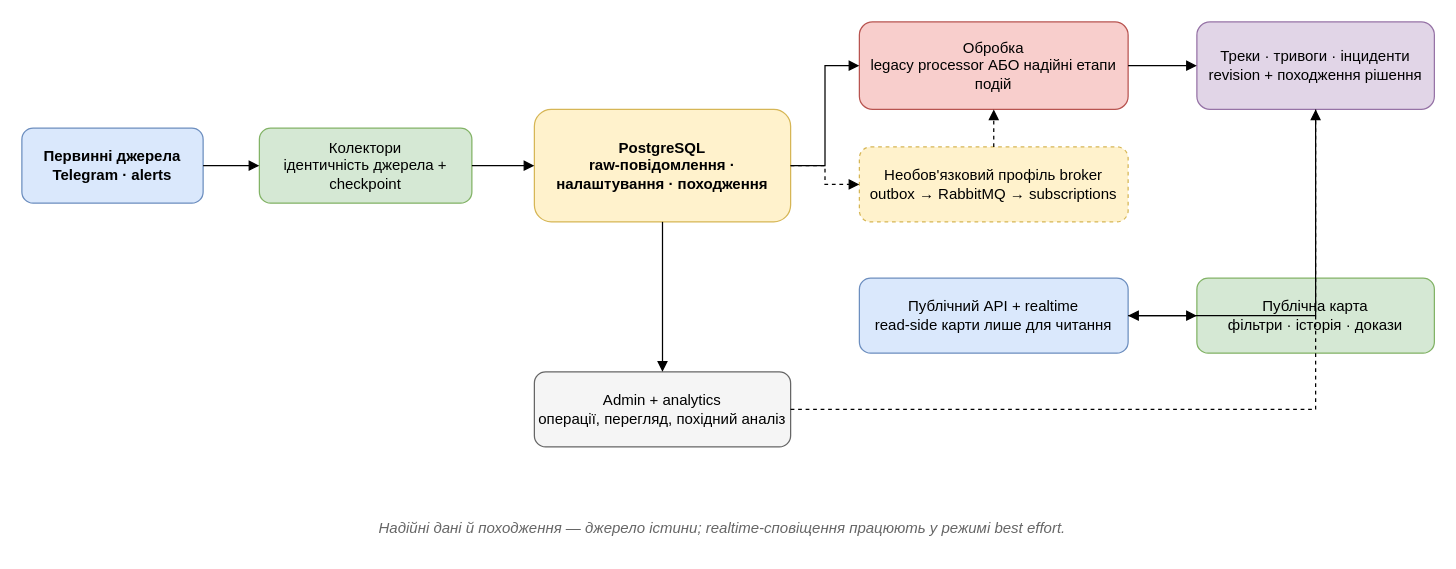
The draw.io diagram docs/diagrams/system-overview.drawio in sql-monk/Puluj-g, before the edit. Source tidied: cells renumbered, new cells numbered last; positions are measured from the earlier drawing's top-left corner, leaving out a move shared by most shapes. Both pictures are drawn from the tidied source at 125%, with x=0, y=0 at pixel (21, 21).
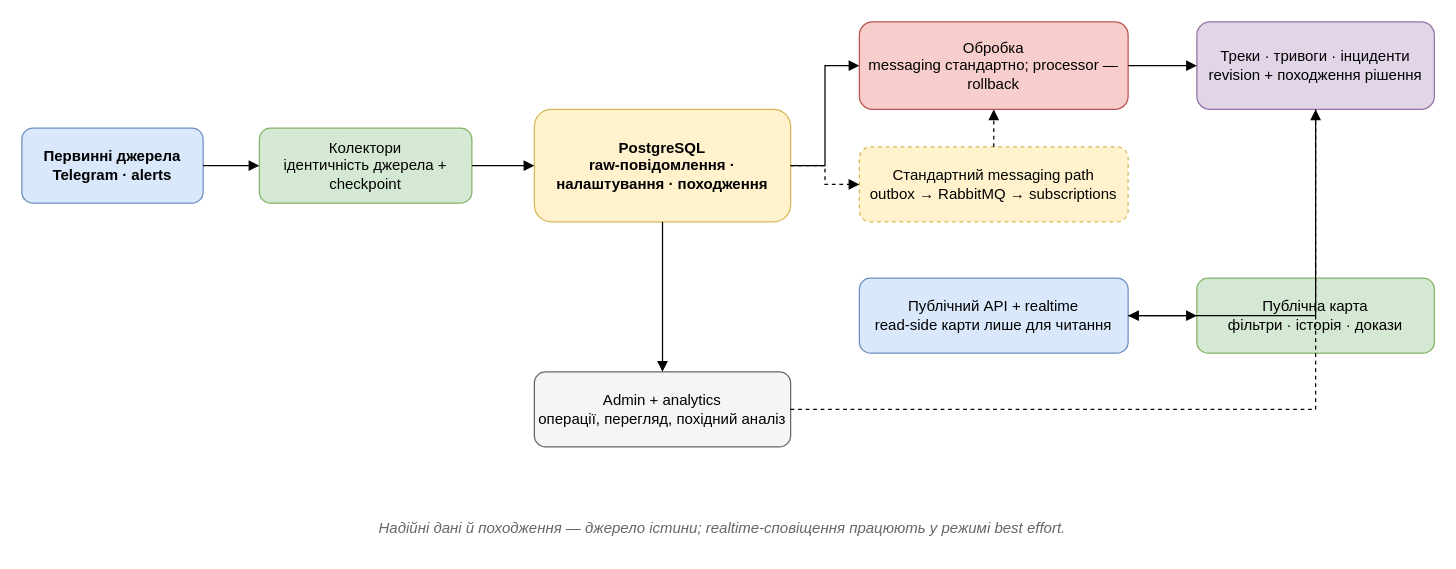
After the change.

The edit, as a diff of the source:
```diff
@@
-    <mxCell id="5" value="Обробка&#10;legacy processor АБО надійні етапи подій" style="rounded=1;whiteSpace=wrap;html=1;fillColor=#f8cecc;strokeColor=#b85450;" parent="1" vertex="1">
+    <mxCell id="5" value="Обробка&#10;messaging стандартно; processor — rollback" style="rounded=1;whiteSpace=wrap;html=1;fillColor=#f8cecc;strokeColor=#b85450;" parent="1" vertex="1">
       <mxGeometry x="670" width="215" height="70" as="geometry" />
     </mxCell>
@@
-    <mxCell id="10" value="Необов'язковий профіль broker&#10;outbox → RabbitMQ → subscriptions" style="rounded=1;whiteSpace=wrap;html=1;fillColor=#fff2cc;strokeColor=#d6b656;dashed=1;" parent="1" vertex="1">
+    <mxCell id="10" value="Стандартний messaging path&#10;outbox → RabbitMQ → subscriptions" style="rounded=1;whiteSpace=wrap;html=1;fillColor=#fff2cc;strokeColor=#d6b656;dashed=1;" parent="1" vertex="1">
       <mxGeometry x="670" y="100" width="215" height="60" as="geometry" />
     </mxCell>
```
